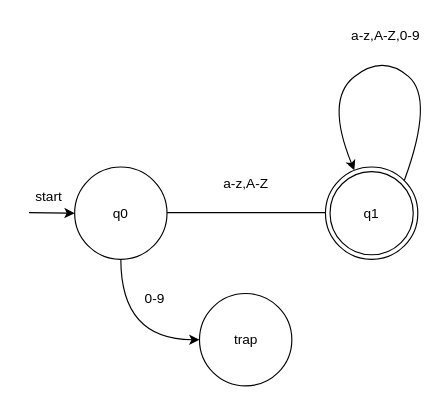
The draw.io diagram docs/DFA/src/identifier.drawio in Dimitry-bit/tiny-compiler, before the edit. Source tidied: cells renumbered, new cells numbered last; positions are measured from the earlier drawing's top-left corner, leaving out a move shared by most shapes. Both pictures are drawn from the tidied source at 114%, with x=0, y=0 at pixel (19, 19).
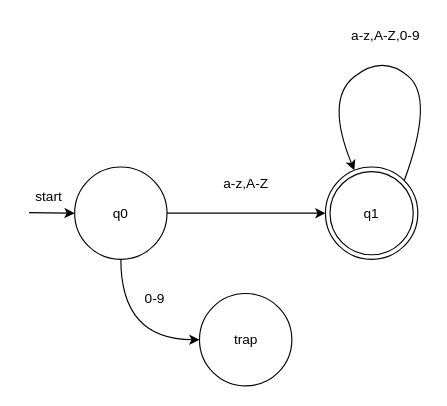
Above is the later version.

Commit message (it also covers changes not shown here):
fix: identifier's DFA overlapping arrow

Diff of the diagram source:
```diff
@@
 <mxGraphModel>
   <root>
     <mxCell id="0" />
     <mxCell id="1" parent="0" />
     <mxCell id="2" style="endArrow=classic;html=1;rounded=0;" parent="1" edge="1" target="5">
       <mxGeometry relative="1" as="geometry">
         <mxPoint x="8" y="169" as="sourcePoint" />
       </mxGeometry>
     </mxCell>
-    <mxCell id="3" style="edgeStyle=orthogonalEdgeStyle;rounded=0;jettySize=auto;html=1;" parent="1" edge="1" source="5">
-      <mxGeometry relative="1" as="geometry">
-        <mxPoint x="278" y="169" as="targetPoint" />
-      </mxGeometry>
+    <mxCell id="3" style="edgeStyle=orthogonalEdgeStyle;rounded=0;jettySize=auto;html=1;entryX=0;entryY=0.5;entryDx=0;entryDy=0;" parent="1" edge="1" source="5" target="8">
+      <mxGeometry relative="1" as="geometry" />
     </mxCell>
     <mxCell id="4" style="edgeStyle=orthogonalEdgeStyle;rounded=0;jettySize=auto;html=1;exitX=0.5;exitY=1;exitDx=0;exitDy=0;entryX=0;entryY=0.5;entryDx=0;entryDy=0;curved=1;" parent="1" edge="1" source="5" target="11">
       <mxGeometry relative="1" as="geometry" />
     </mxCell>
     <mxCell id="5" value="q0" style="ellipse;whiteSpace=wrap;html=1;" parent="1" vertex="1">
       <mxGeometry x="48" y="129" width="81" height="81" as="geometry" />
     </mxCell>
     <mxCell id="6" value="start" style="text;html=1;align=center;verticalAlign=middle;strokeColor=none;fillColor=none;" parent="1" vertex="1">
       <mxGeometry y="140" width="50" height="30" as="geometry" />
     </mxCell>
     <mxCell id="7" value="a-z,A-Z" style="text;html=1;align=center;verticalAlign=middle;strokeColor=none;fillColor=none;" parent="1" vertex="1">
       <mxGeometry x="168" y="129" width="60" height="30" as="geometry" />
     </mxCell>
     <mxCell id="8" value="q1" style="ellipse;shape=doubleEllipse;whiteSpace=wrap;html=1;" parent="1" vertex="1">
       <mxGeometry x="268" y="129" width="81" height="81" as="geometry" />
     </mxCell>
     <mxCell id="9" style="endArrow=classic;html=1;rounded=0;exitX=1;exitY=0;exitDx=0;exitDy=0;flowAnimation=0;curved=1;" parent="1" edge="1" source="8" target="8">
       <mxGeometry relative="1" as="geometry">
         <Array as="points">
           <mxPoint x="363.5" y="69" />
           <mxPoint x="318" y="30" />
           <mxPoint x="268" y="70" />
         </Array>
       </mxGeometry>
     </mxCell>
     <mxCell id="10" value="&lt;span style=&quot;text-align: center; text-wrap-mode: nowrap;&quot;&gt;a-z,A-Z,0-9&lt;/span&gt;" style="text;whiteSpace=wrap;html=1;" parent="1" vertex="1">
       <mxGeometry x="289" width="69" height="40" as="geometry" />
     </mxCell>
     <mxCell id="11" value="trap" style="ellipse;whiteSpace=wrap;html=1;" parent="1" vertex="1">
       <mxGeometry x="157.5" y="240" width="81" height="81" as="geometry" />
     </mxCell>
     <mxCell id="12" value="0-9" style="text;html=1;align=center;verticalAlign=middle;strokeColor=none;fillColor=none;" parent="1" vertex="1">
       <mxGeometry x="98" y="230" width="40" height="30" as="geometry" />
     </mxCell>
   </root>
 </mxGraphModel>
```
